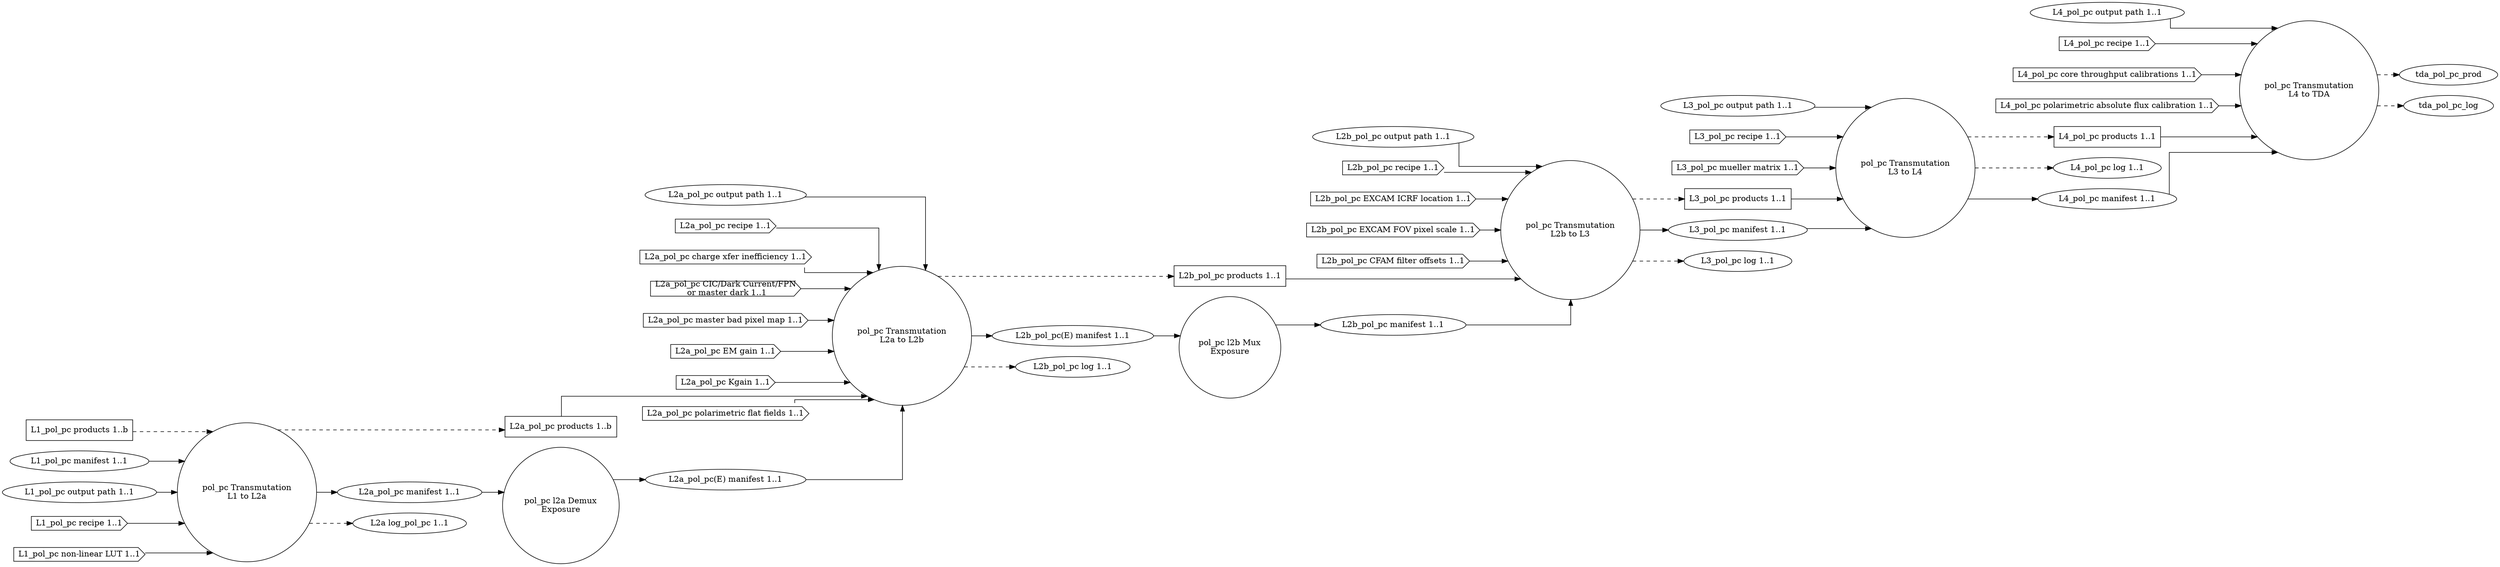
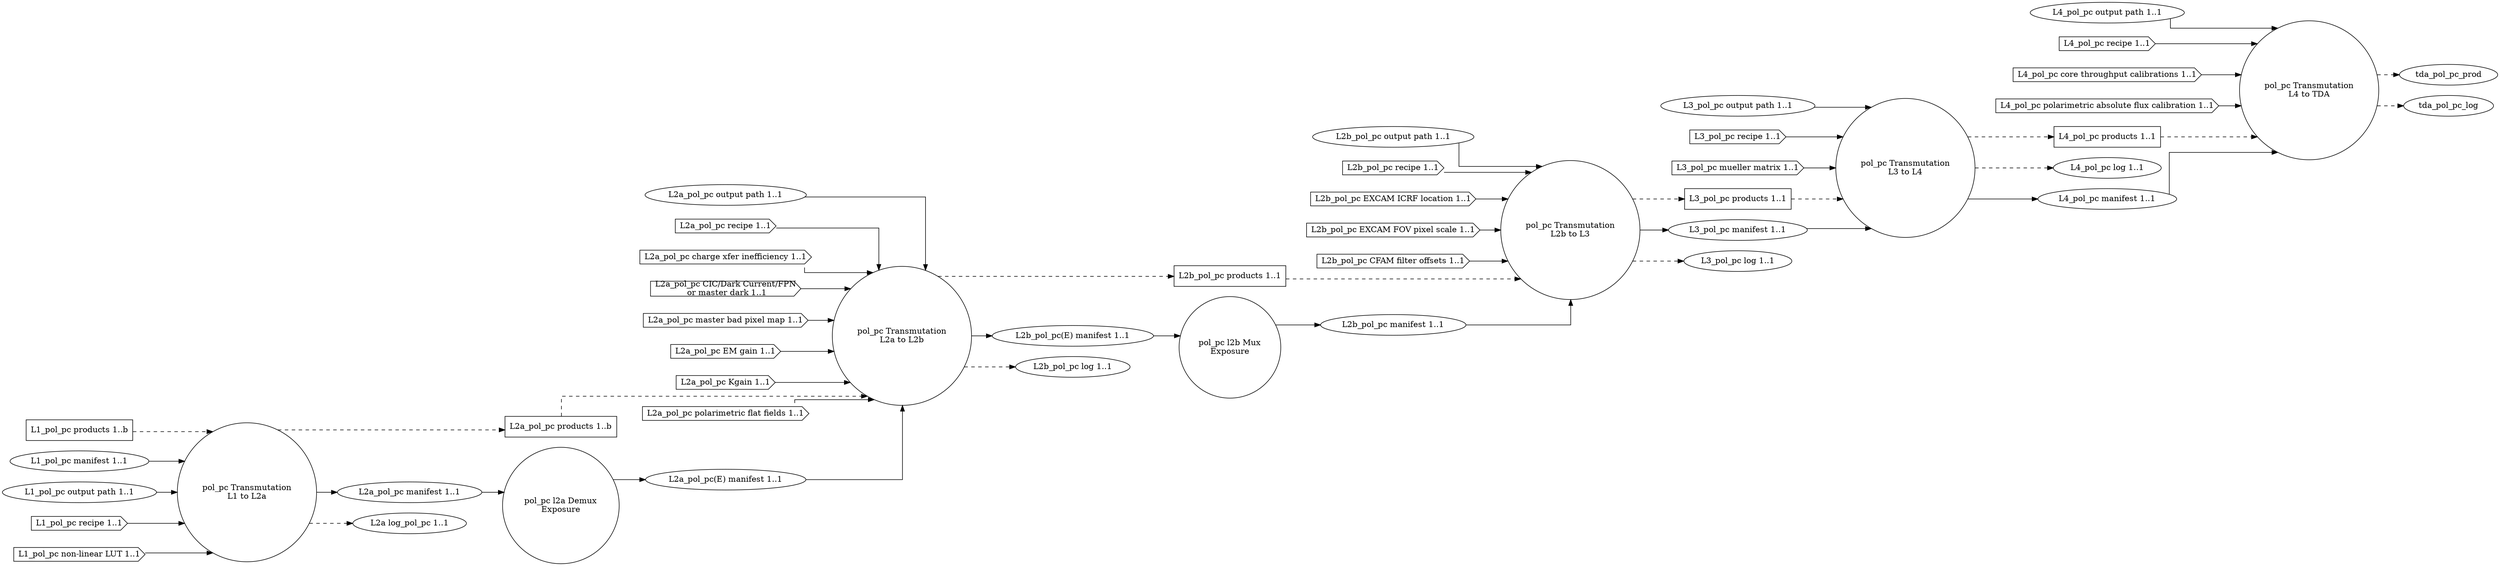
digraph PolarimetryPhotonCount
{
  graph [splines="ortho", rankdir=LR];

  trans_pol_pc_l1_l2a [label="pol_pc Transmutation\nL1 to L2a", shape="circle"];
  l2a_pol_pc_demux [label="pol_pc l2a Demux\nExposure" shape="circle"];
  trans_pol_pc_l2a_l2b [label="pol_pc Transmutation\nL2a to L2b", shape="circle"];
  l2b_pol_pc_mux [label="pol_pc l2b Mux\nExposure", shape="circle"];
  trans_pol_pc_l2b_l3 [label="pol_pc Transmutation\nL2b to L3", shape="circle"];
  trans_pol_pc_l3_l4 [label="pol_pc Transmutation\nL3 to L4", shape="circle"];
  trans_pol_pc_l4_tda [label="pol_pc Transmutation\nL4 to TDA", shape="circle"];

  l1_pol_pc_prod [label="L1_pol_pc products 1..b", shape="rectangle"];
  l1_pol_pc_man [label="L1_pol_pc manifest 1..1", shape="ellipse"];
  l1_pol_pc_odir [label="L1_pol_pc output path 1..1", shape="ellipse"];
  l1_pol_pc_rec [label="L1_pol_pc recipe 1..1", shape="cds"];
  l1_pol_pc_nllut [label="L1_pol_pc non-linear LUT 1..1", shape="cds"];

  l2a_pol_pc_prod [label="L2a_pol_pc products 1..b", shape="rectangle"];
  l2a_pol_pc_man [label="L2a_pol_pc manifest 1..1", shape="ellipse"];
  l2a_pol_pc_odir [label="L2a_pol_pc output path 1..1", shape="ellipse"];
  l2a_pol_pc_rec [label="L2a_pol_pc recipe 1..1", shape="cds"];
  l2a_pol_pc_cti [label="L2a_pol_pc charge xfer inefficiency 1..1", shape="cds"];
  l2a_pol_pc_dnb [label="L2a_pol_pc CIC/Dark Current/FPN\n or master dark 1..1", shape="cds"];
  l2a_pol_pc_mbpm [label="L2a_pol_pc master bad pixel map 1..1", shape="cds"];
  l2a_pol_pc_emg [label="L2a_pol_pc EM gain 1..1", shape="cds"];
  l2a_pol_pc_kgain [label="L2a_pol_pc Kgain 1..1", shape="cds"];
  l2a_pol_pc_polff [label="L2a_pol_pc polarimetric flat fields 1..1", shape="cds"];
  l2a_pol_pc_log [label="L2a log_pol_pc 1..1", shape="ellipse"];
  l2a_pol_pc_man_demux [label="L2a_pol_pc(E) manifest 1..1", shape="ellipse"];

  l2b_pol_pc_prod [label="L2b_pol_pc products 1..1", shape="rectangle"];
  l2b_pol_pc_man [label="L2b_pol_pc manifest 1..1", shape="ellipse"];
  l2b_pol_pc_odir [label="L2b_pol_pc output path 1..1", shape="ellipse"];
  l2b_pol_pc_rec [label="L2b_pol_pc recipe 1..1", shape="cds"];
  l2b_pol_pc_excicrf [label="L2b_pol_pc EXCAM ICRF location 1..1", shape="cds"];
  l2b_pol_pc_excfovps [label="L2b_pol_pc EXCAM FOV pixel scale 1..1", shape="cds"];
  l2b_pol_pc_cfamfo [label="L2b_pol_pc CFAM filter offsets 1..1", shape="cds"];
  l2b_pol_pc_man_demux [label="L2b_pol_pc(E) manifest 1..1", shape="ellipse"];
  l2b_pol_pc_log [label="L2b_pol_pc log 1..1", shape="ellipse"];

  l3_pol_pc_prod [label="L3_pol_pc products 1..1", shape="rectangle"];
  l3_pol_pc_odir [label="L3_pol_pc output path 1..1", shape="ellipse"];
  l3_pol_pc_man [label="L3_pol_pc manifest 1..1", shape="ellipse"];
  l3_pol_pc_rec [label="L3_pol_pc recipe 1..1", shape="cds"];
  l3_pol_pc_mueller [label="L3_pol_pc mueller matrix 1..1", shape="cds"];
  l3_pol_pc_log [label="L3_pol_pc log 1..1", shape="ellipse"];

  l4_pol_pc_prod [label="L4_pol_pc products 1..1", shape="rectangle"];
  l4_pol_pc_log [label="L4_pol_pc log 1..1", shape="ellipse"];
  l4_pol_pc_man [label="L4_pol_pc manifest 1..1", shape="ellipse"];
  l4_pol_pc_odir [label="L4_pol_pc output path 1..1", shape="ellipse"];
  l4_pol_pc_rec [label="L4_pol_pc recipe 1..1", shape="cds"];
  l4_pol_pc_ctcal [label="L4_pol_pc core throughput calibrations 1..1", shape="cds"];
  l4_pol_pc_pafcal [label="L4_pol_pc polarimetric absolute flux calibration 1..1", shape="cds"];

  l1_pol_pc_prod -> trans_pol_pc_l1_l2a [style="dashed"];
  l1_pol_pc_man -> trans_pol_pc_l1_l2a;
  l1_pol_pc_odir -> trans_pol_pc_l1_l2a;
  l1_pol_pc_rec -> trans_pol_pc_l1_l2a;
  l1_pol_pc_nllut -> trans_pol_pc_l1_l2a;

  trans_pol_pc_l1_l2a -> l2a_pol_pc_prod [style="dashed"];
  trans_pol_pc_l1_l2a -> l2a_pol_pc_man;
  trans_pol_pc_l1_l2a -> l2a_pol_pc_log  [style="dashed"];

-   l2a_pol_pc_prod -> trans_pol_pc_l2a_l2b;
+   l2a_pol_pc_prod -> trans_pol_pc_l2a_l2b [style="dashed"];
  l2a_pol_pc_odir -> trans_pol_pc_l2a_l2b;
  l2a_pol_pc_rec -> trans_pol_pc_l2a_l2b;
  l2a_pol_pc_cti -> trans_pol_pc_l2a_l2b;
  l2a_pol_pc_dnb -> trans_pol_pc_l2a_l2b;
  l2a_pol_pc_mbpm -> trans_pol_pc_l2a_l2b;
  l2a_pol_pc_emg -> trans_pol_pc_l2a_l2b;
  l2a_pol_pc_kgain -> trans_pol_pc_l2a_l2b;
  l2a_pol_pc_polff -> trans_pol_pc_l2a_l2b;

  trans_pol_pc_l2a_l2b -> l2b_pol_pc_prod [style="dashed"];
  trans_pol_pc_l2a_l2b -> l2b_pol_pc_man_demux;
  trans_pol_pc_l2a_l2b -> l2b_pol_pc_log  [style="dashed"];

  l2a_pol_pc_man -> l2a_pol_pc_demux;
  l2a_pol_pc_demux -> l2a_pol_pc_man_demux;
  l2a_pol_pc_man_demux -> trans_pol_pc_l2a_l2b;

  l2b_pol_pc_man_demux -> l2b_pol_pc_mux;
  l2b_pol_pc_mux -> l2b_pol_pc_man;

-   l2b_pol_pc_prod -> trans_pol_pc_l2b_l3;
+   l2b_pol_pc_prod -> trans_pol_pc_l2b_l3 [style="dashed"];
  l2b_pol_pc_man -> trans_pol_pc_l2b_l3;
  l2b_pol_pc_odir -> trans_pol_pc_l2b_l3;
  l2b_pol_pc_rec -> trans_pol_pc_l2b_l3;
  l2b_pol_pc_excicrf -> trans_pol_pc_l2b_l3;
  l2b_pol_pc_excfovps -> trans_pol_pc_l2b_l3;
  l2b_pol_pc_cfamfo -> trans_pol_pc_l2b_l3;
  trans_pol_pc_l2b_l3 -> l3_pol_pc_prod [style="dashed"];
  trans_pol_pc_l2b_l3 -> l3_pol_pc_man;
  trans_pol_pc_l2b_l3 -> l3_pol_pc_log  [style="dashed"];

-   l3_pol_pc_prod -> trans_pol_pc_l3_l4;
+   l3_pol_pc_prod -> trans_pol_pc_l3_l4 [style="dashed"];
  l3_pol_pc_man -> trans_pol_pc_l3_l4;
  l3_pol_pc_odir -> trans_pol_pc_l3_l4;
  l3_pol_pc_rec -> trans_pol_pc_l3_l4;
  l3_pol_pc_mueller -> trans_pol_pc_l3_l4;
  trans_pol_pc_l3_l4 -> l4_pol_pc_prod [style="dashed"];
  trans_pol_pc_l3_l4 -> l4_pol_pc_log  [style="dashed"];
  trans_pol_pc_l3_l4 -> l4_pol_pc_man;

-   l4_pol_pc_prod -> trans_pol_pc_l4_tda;
+   l4_pol_pc_prod -> trans_pol_pc_l4_tda [style="dashed"];
  l4_pol_pc_man -> trans_pol_pc_l4_tda;
  l4_pol_pc_odir -> trans_pol_pc_l4_tda;
  l4_pol_pc_rec -> trans_pol_pc_l4_tda;
  l4_pol_pc_ctcal -> trans_pol_pc_l4_tda;
  l4_pol_pc_pafcal -> trans_pol_pc_l4_tda;
  trans_pol_pc_l4_tda -> tda_pol_pc_prod [style="dashed"];
  trans_pol_pc_l4_tda -> tda_pol_pc_log  [style="dashed"];
}
